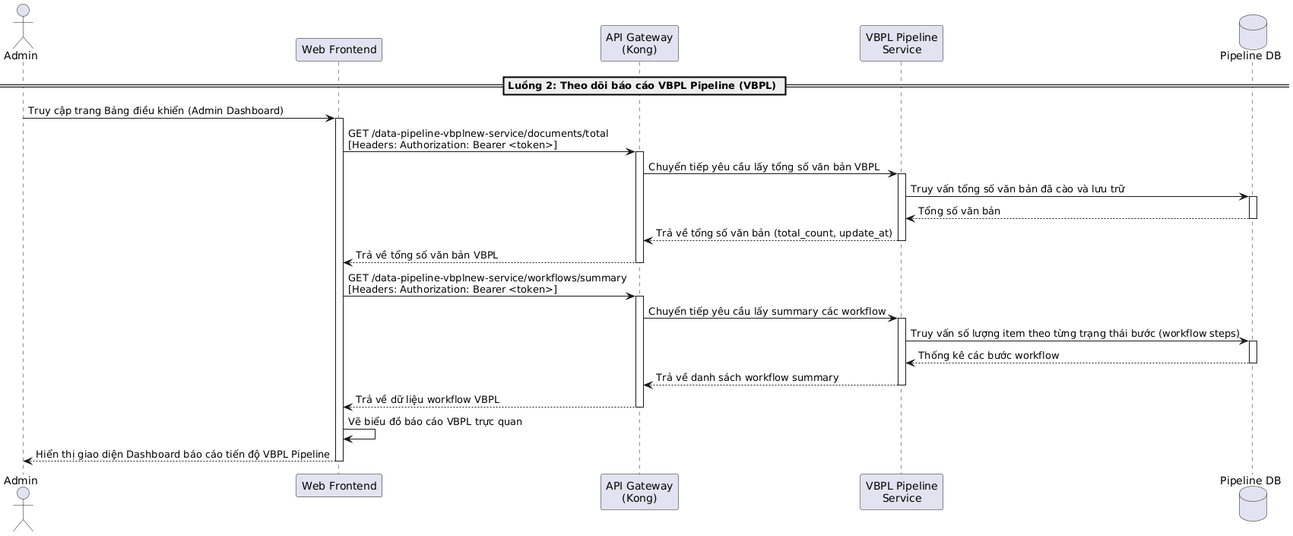
Earlier version of the PlantUML export latex/contents/Sequence/UML-Sequence-27.png (20206205Tech/docs-latex).
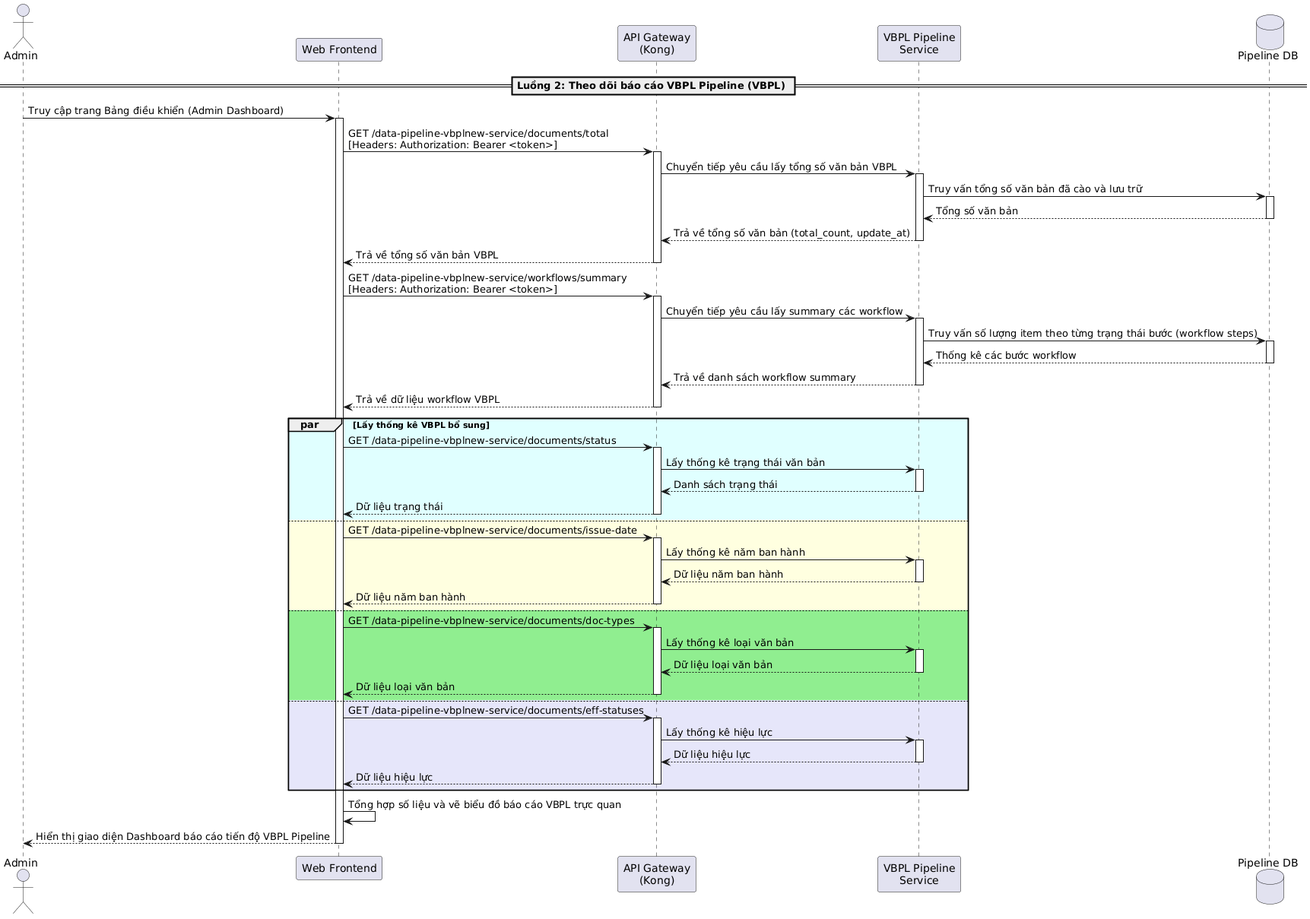
The same diagram one commit later.

Diff of the diagram source:
```diff
@@ -35,7 +35,45 @@
 Kong --> Frontend: Trả về dữ liệu workflow VBPL
 deactivate Kong
 
-Frontend -> Frontend: Vẽ biểu đồ báo cáo VBPL trực quan
+par #LightCyan Lấy thống kê VBPL bổ sung
+    Frontend -> Kong: GET /data-pipeline-vbplnew-service/documents/status
+    activate Kong
+    Kong -> VbplService: Lấy thống kê trạng thái văn bản
+    activate VbplService
+    VbplService --> Kong: Danh sách trạng thái
+    deactivate VbplService
+    Kong --> Frontend: Dữ liệu trạng thái
+    deactivate Kong
+else #LightYellow
+    Frontend -> Kong: GET /data-pipeline-vbplnew-service/documents/issue-date
+    activate Kong
+    Kong -> VbplService: Lấy thống kê năm ban hành
+    activate VbplService
+    VbplService --> Kong: Dữ liệu năm ban hành
+    deactivate VbplService
+    Kong --> Frontend: Dữ liệu năm ban hành
+    deactivate Kong
+else #LightGreen
+    Frontend -> Kong: GET /data-pipeline-vbplnew-service/documents/doc-types
+    activate Kong
+    Kong -> VbplService: Lấy thống kê loại văn bản
+    activate VbplService
+    VbplService --> Kong: Dữ liệu loại văn bản
+    deactivate VbplService
+    Kong --> Frontend: Dữ liệu loại văn bản
+    deactivate Kong
+else #Lavender
+    Frontend -> Kong: GET /data-pipeline-vbplnew-service/documents/eff-statuses
+    activate Kong
+    Kong -> VbplService: Lấy thống kê hiệu lực
+    activate VbplService
+    VbplService --> Kong: Dữ liệu hiệu lực
+    deactivate VbplService
+    Kong --> Frontend: Dữ liệu hiệu lực
+    deactivate Kong
+end
+
+Frontend -> Frontend: Tổng hợp số liệu và vẽ biểu đồ báo cáo VBPL trực quan
 Frontend --> Admin: Hiển thị giao diện Dashboard báo cáo tiến độ VBPL Pipeline
 deactivate Frontend
 @enduml
```
